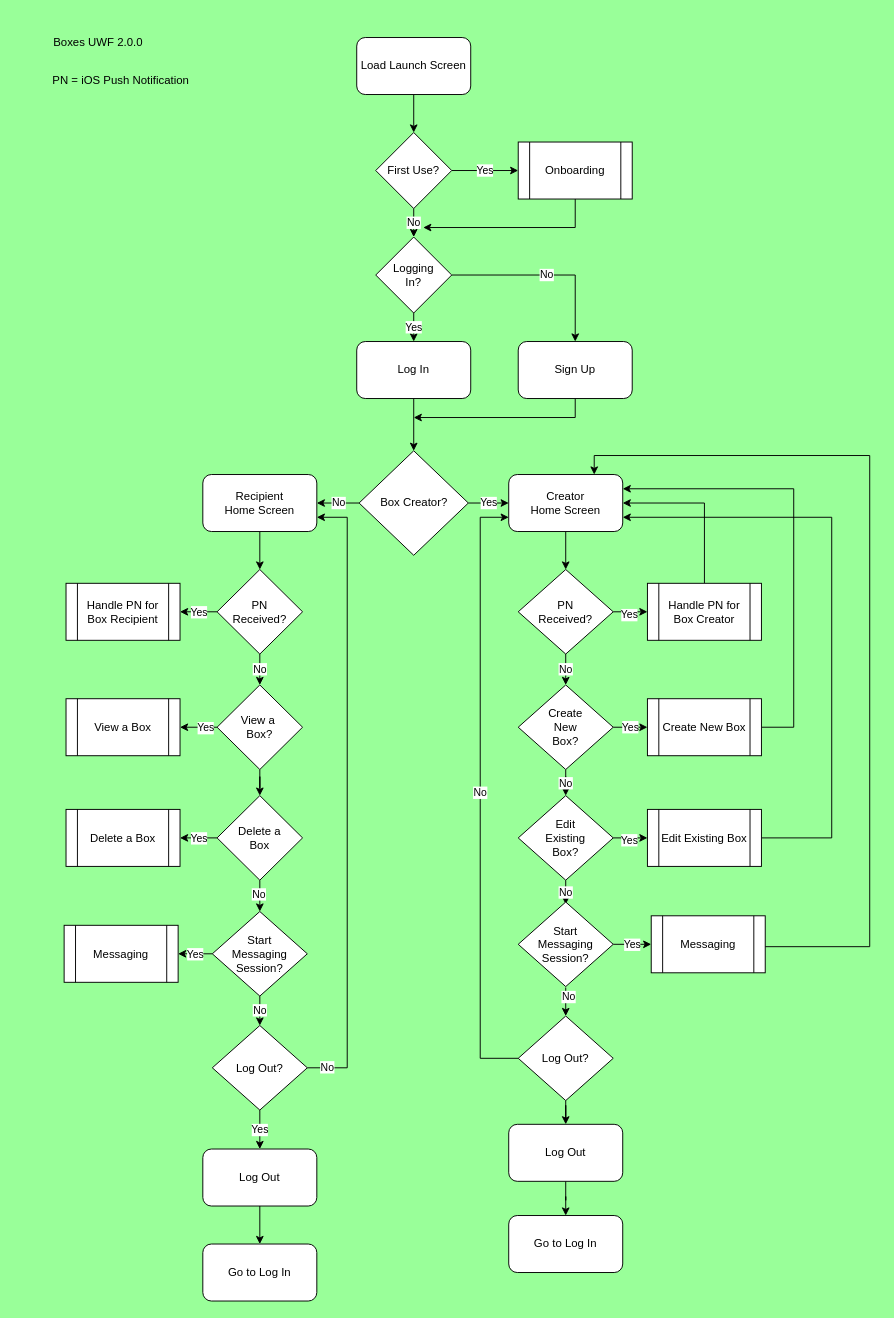
Before: page "Page-1" (1 of 6) of Design/Boxes UWF 2.0.0.drawio in sjlearmonth/boxes, a draw.io diagram. Source tidied: cells renumbered, new cells numbered last; positions are measured from the earlier drawing's top-left corner, leaving out a move shared by most shapes. Both pictures are drawn from the tidied source at 95%, with x=0, y=0 at pixel (16, 28).
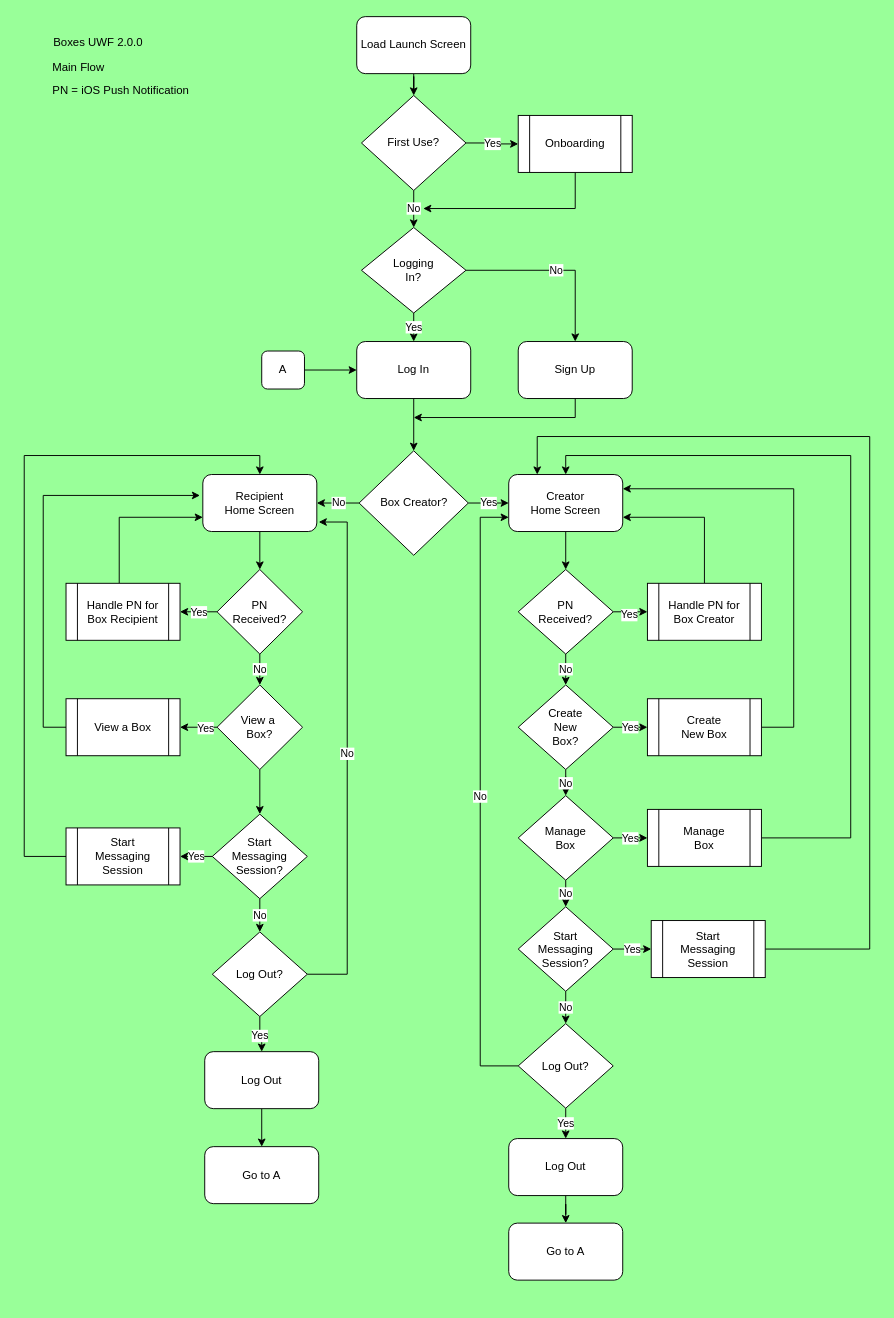
After the change.

Commit message (it also covers changes not shown here):
Add manage boxes and other edits

Unchanged cells that the change refers to:
```xml
<mxCell id="15" value="Log In" style="rounded=1;whiteSpace=wrap;html=1;" parent="1" vertex="1">
  <mxGeometry x="358" y="330" width="120" height="60" as="geometry" />
</mxCell>
<mxCell id="21" value="Handle PN for Box Creator" style="shape=process;whiteSpace=wrap;html=1;backgroundOutline=1;" parent="1" vertex="1">
  <mxGeometry x="664" y="584.5" width="120" height="60" as="geometry" />
</mxCell>
<mxCell id="25" value="Handle PN for Box Recipient" style="shape=process;whiteSpace=wrap;html=1;backgroundOutline=1;" parent="1" vertex="1">
  <mxGeometry x="52" y="584.5" width="120" height="60" as="geometry" />
</mxCell>
<mxCell id="32" value="Creator&lt;br&gt;Home Screen" style="rounded=1;whiteSpace=wrap;html=1;" parent="1" vertex="1">
  <mxGeometry x="518" y="470" width="120" height="60" as="geometry" />
</mxCell>
<mxCell id="34" value="Recipient&lt;br&gt;Home Screen" style="rounded=1;whiteSpace=wrap;html=1;" parent="1" vertex="1">
  <mxGeometry x="196" y="470" width="120" height="60" as="geometry" />
</mxCell>
<mxCell id="37" value="Create&lt;br&gt;New&lt;br&gt;Box?" style="rhombus;whiteSpace=wrap;html=1;" parent="1" vertex="1">
  <mxGeometry x="528" y="691.5" width="100" height="89" as="geometry" />
</mxCell>
<mxCell id="58" value="View a&amp;nbsp;&lt;br&gt;Box?" style="rhombus;whiteSpace=wrap;html=1;" parent="1" vertex="1">
  <mxGeometry x="211" y="691.5" width="90" height="89" as="geometry" />
</mxCell>
<mxCell id="59" value="View a Box" style="shape=process;whiteSpace=wrap;html=1;backgroundOutline=1;" parent="1" vertex="1">
  <mxGeometry x="52" y="706" width="120" height="60" as="geometry" />
</mxCell>
```

What changed in the source:
```diff
@@
-    <mxCell id="2" style="edgeStyle=orthogonalEdgeStyle;rounded=0;jettySize=auto;html=1;exitX=0.5;exitY=1;exitDx=0;exitDy=0;entryX=0.5;entryY=0;entryDx=0;entryDy=0;" parent="1" edge="1" source="3" target="6">
+    <mxCell id="2" style="edgeStyle=orthogonalEdgeStyle;rounded=0;jettySize=auto;html=1;entryX=0.5;entryY=0;entryDx=0;entryDy=0;" parent="1" edge="1" source="3" target="6">
       <mxGeometry relative="1" as="geometry" />
     </mxCell>
     <mxCell id="3" value="Load Launch Screen" style="rounded=1;whiteSpace=wrap;html=1;" parent="1" vertex="1">
-      <mxGeometry x="358" y="10" width="120" height="60" as="geometry" />
+      <mxGeometry x="358" y="-12" width="120" height="60" as="geometry" />
     </mxCell>
@@
-    <mxCell id="5" value="No" style="edgeStyle=orthogonalEdgeStyle;rounded=0;jettySize=auto;html=1;exitX=0.5;exitY=1;exitDx=0;exitDy=0;entryX=0.5;entryY=0;entryDx=0;entryDy=0;" parent="1" edge="1" source="6">
-      <mxGeometry relative="1" as="geometry">
-        <mxPoint x="418" y="220" as="targetPoint" />
-      </mxGeometry>
-    </mxCell>
+    <mxCell id="79" value="No" style="edgeStyle=orthogonalEdgeStyle;rounded=0;jettySize=auto;html=1;entryX=0.5;entryY=0;entryDx=0;entryDy=0;" parent="1" edge="1" source="6" target="11">
+      <mxGeometry relative="1" as="geometry" />
+    </mxCell>
     <mxCell id="6" value="First Use?" style="rhombus;whiteSpace=wrap;html=1;" parent="1" vertex="1">
-      <mxGeometry x="378" y="110" width="80" height="80" as="geometry" />
+      <mxGeometry x="363" y="71" width="110" height="100" as="geometry" />
     </mxCell>
-    <mxCell id="7" style="edgeStyle=orthogonalEdgeStyle;rounded=0;jettySize=auto;html=1;exitX=0.5;exitY=1;exitDx=0;exitDy=0;" parent="1" edge="1" source="8">
-      <mxGeometry relative="1" as="geometry">
-        <mxPoint x="428" y="210" as="targetPoint" />
-        <Array as="points">
-          <mxPoint x="588" y="210" />
-        </Array>
-      </mxGeometry>
-    </mxCell>
+    <mxCell id="80" style="edgeStyle=orthogonalEdgeStyle;rounded=0;jettySize=auto;html=1;" parent="1" edge="1" source="8">
+      <mxGeometry relative="1" as="geometry">
+        <mxPoint x="428" y="190" as="targetPoint" />
+        <Array as="points">
+          <mxPoint x="588" y="190" />
+        </Array>
+      </mxGeometry>
+    </mxCell>
     <mxCell id="8" value="Onboarding" style="shape=process;whiteSpace=wrap;html=1;backgroundOutline=1;" parent="1" vertex="1">
-      <mxGeometry x="528" y="120" width="120" height="60" as="geometry" />
+      <mxGeometry x="528" y="92" width="120" height="60" as="geometry" />
     </mxCell>
@@
     <mxCell id="11" value="Logging&lt;br&gt;In?" style="rhombus;whiteSpace=wrap;html=1;" parent="1" vertex="1">
-      <mxGeometry x="378" y="220" width="80" height="80" as="geometry" />
+      <mxGeometry x="363" y="210" width="110" height="90" as="geometry" />
     </mxCell>
@@
-    <mxCell id="20" style="edgeStyle=orthogonalEdgeStyle;rounded=0;jettySize=auto;html=1;entryX=1;entryY=0.5;entryDx=0;entryDy=0;exitX=0.5;exitY=0;exitDx=0;exitDy=0;" parent="1" edge="1" source="21" target="32">
+    <mxCell id="20" style="edgeStyle=orthogonalEdgeStyle;rounded=0;jettySize=auto;html=1;entryX=1;entryY=0.75;entryDx=0;entryDy=0;" parent="1" edge="1" source="21" target="32">
       <mxGeometry relative="1" as="geometry">
         <Array as="points">
-          <mxPoint x="724" y="500" />
+          <mxPoint x="724" y="515" />
         </Array>
       </mxGeometry>
     </mxCell>
@@
+    <mxCell id="81" style="edgeStyle=orthogonalEdgeStyle;rounded=0;jettySize=auto;html=1;entryX=0;entryY=0.75;entryDx=0;entryDy=0;" parent="1" edge="1" source="25" target="34">
+      <mxGeometry relative="1" as="geometry">
+        <Array as="points">
+          <mxPoint x="108" y="515" />
+        </Array>
+      </mxGeometry>
+    </mxCell>
@@
     <mxCell id="26" value="PN = iOS Push Notification" style="text;html=1;strokeColor=none;fillColor=none;align=center;verticalAlign=middle;whiteSpace=wrap;rounded=0;" parent="1" vertex="1">
-      <mxGeometry y="40" width="220" height="30" as="geometry" />
+      <mxGeometry y="51" width="220" height="30" as="geometry" />
     </mxCell>
@@
-    <mxCell id="36" value="No" style="edgeStyle=orthogonalEdgeStyle;rounded=0;jettySize=auto;html=1;entryX=0.5;entryY=0;entryDx=0;entryDy=0;" parent="1" edge="1" source="37" target="43">
-      <mxGeometry relative="1" as="geometry" />
-    </mxCell>
+    <mxCell id="82" value="No" style="edgeStyle=orthogonalEdgeStyle;rounded=0;jettySize=auto;html=1;entryX=0.5;entryY=0;entryDx=0;entryDy=0;" parent="1" edge="1" source="37" target="90">
+      <mxGeometry relative="1" as="geometry" />
+    </mxCell>
@@
-    <mxCell id="39" value="Create New Box" style="shape=process;whiteSpace=wrap;html=1;backgroundOutline=1;" parent="1" vertex="1">
+    <mxCell id="39" value="Create&lt;br&gt;New Box" style="shape=process;whiteSpace=wrap;html=1;backgroundOutline=1;" parent="1" vertex="1">
       <mxGeometry x="664" y="706" width="120" height="60" as="geometry" />
     </mxCell>
-    <mxCell id="40" style="edgeStyle=orthogonalEdgeStyle;rounded=0;jettySize=auto;html=1;" parent="1" edge="1" source="43" target="45">
-      <mxGeometry relative="1" as="geometry" />
-    </mxCell>
-    <mxCell id="41" value="Yes" style="edgeLabel;html=1;align=center;verticalAlign=middle;" parent="40" vertex="1">
-      <mxGeometry x="0.09" y="-1" relative="1" as="geometry">
-        <mxPoint y="1" as="offset" />
-      </mxGeometry>
-    </mxCell>
-    <mxCell id="42" value="No" style="edgeStyle=orthogonalEdgeStyle;rounded=0;jettySize=auto;html=1;entryX=0.5;entryY=0;entryDx=0;entryDy=0;" parent="1" edge="1" source="43">
-      <mxGeometry relative="1" as="geometry">
-        <mxPoint x="578" y="922.5" as="targetPoint" />
-      </mxGeometry>
-    </mxCell>
-    <mxCell id="43" value="Edit&lt;br&gt;Existing&lt;br&gt;Box?" style="rhombus;whiteSpace=wrap;html=1;" parent="1" vertex="1">
-      <mxGeometry x="528" y="808" width="100" height="89" as="geometry" />
-    </mxCell>
-    <mxCell id="44" style="edgeStyle=orthogonalEdgeStyle;rounded=0;jettySize=auto;html=1;entryX=1;entryY=0.75;entryDx=0;entryDy=0;exitX=1;exitY=0.5;exitDx=0;exitDy=0;" parent="1" edge="1" source="45" target="32">
-      <mxGeometry relative="1" as="geometry">
-        <Array as="points">
-          <mxPoint x="858" y="853" />
-          <mxPoint x="858" y="515" />
-        </Array>
-      </mxGeometry>
-    </mxCell>
-    <mxCell id="45" value="Edit Existing Box" style="shape=process;whiteSpace=wrap;html=1;backgroundOutline=1;" parent="1" vertex="1">
-      <mxGeometry x="664" y="822.5" width="120" height="60" as="geometry" />
-    </mxCell>
-    <mxCell id="46" style="edgeStyle=orthogonalEdgeStyle;rounded=0;jettySize=auto;html=1;entryX=0.5;entryY=0;entryDx=0;entryDy=0;" parent="1" edge="1" target="51">
-      <mxGeometry relative="1" as="geometry">
-        <mxPoint x="578" y="1010" as="sourcePoint" />
-      </mxGeometry>
-    </mxCell>
-    <mxCell id="47" value="No" style="edgeLabel;html=1;align=center;verticalAlign=middle;" parent="46" vertex="1">
-      <mxGeometry x="-0.4" y="2" relative="1" as="geometry" />
-    </mxCell>
-    <mxCell id="48" style="edgeStyle=orthogonalEdgeStyle;rounded=0;jettySize=auto;html=1;entryX=0.75;entryY=0;entryDx=0;entryDy=0;" parent="1" edge="1" target="32">
+    <mxCell id="48" style="edgeStyle=orthogonalEdgeStyle;rounded=0;jettySize=auto;html=1;exitX=1;exitY=0.5;exitDx=0;exitDy=0;" parent="1" edge="1" source="71">
       <mxGeometry relative="1" as="geometry">
-        <mxPoint x="784" y="967" as="sourcePoint" />
+        <mxPoint x="548" y="470" as="targetPoint" />
         <Array as="points">
-          <mxPoint x="898" y="967" />
-          <mxPoint x="898" y="450" />
-          <mxPoint x="608" y="450" />
+          <mxPoint x="898" y="970" />
+          <mxPoint x="898" y="430" />
+          <mxPoint x="548" y="430" />
         </Array>
       </mxGeometry>
     </mxCell>
+    <mxCell id="50" value="Yes" style="edgeStyle=orthogonalEdgeStyle;rounded=0;jettySize=auto;html=1;entryX=0.5;entryY=0;entryDx=0;entryDy=0;" parent="1" edge="1" source="51" target="53">
+      <mxGeometry relative="1" as="geometry" />
+    </mxCell>
     <mxCell id="49" value="No" style="edgeStyle=orthogonalEdgeStyle;rounded=0;jettySize=auto;html=1;entryX=0;entryY=0.75;entryDx=0;entryDy=0;" parent="1" edge="1" source="51" target="32">
       <mxGeometry relative="1" as="geometry">
         <Array as="points">
-          <mxPoint x="488" y="1085" />
+          <mxPoint x="488" y="1093" />
           <mxPoint x="488" y="515" />
         </Array>
       </mxGeometry>
     </mxCell>
-    <mxCell id="50" style="edgeStyle=orthogonalEdgeStyle;rounded=0;jettySize=auto;html=1;entryX=0.5;entryY=0;entryDx=0;entryDy=0;" parent="1" edge="1" source="51" target="53">
-      <mxGeometry relative="1" as="geometry" />
-    </mxCell>
     <mxCell id="51" value="Log Out?" style="rhombus;whiteSpace=wrap;html=1;" parent="1" vertex="1">
-      <mxGeometry x="528" y="1040" width="100" height="89" as="geometry" />
+      <mxGeometry x="528" y="1048" width="100" height="89" as="geometry" />
     </mxCell>
@@
     <mxCell id="53" value="Log Out" style="rounded=1;whiteSpace=wrap;html=1;" parent="1" vertex="1">
-      <mxGeometry x="518" y="1154" width="120" height="60" as="geometry" />
+      <mxGeometry x="518" y="1169" width="120" height="60" as="geometry" />
     </mxCell>
-    <mxCell id="54" value="Go to Log In" style="rounded=1;whiteSpace=wrap;html=1;" parent="1" vertex="1">
-      <mxGeometry x="518" y="1250" width="120" height="60" as="geometry" />
+    <mxCell id="54" value="Go to A" style="rounded=1;whiteSpace=wrap;html=1;" parent="1" vertex="1">
+      <mxGeometry x="518" y="1258" width="120" height="60" as="geometry" />
     </mxCell>
@@
-    <mxCell id="57" style="edgeStyle=orthogonalEdgeStyle;rounded=0;jettySize=auto;html=1;" parent="1" edge="1" source="58" target="63">
-      <mxGeometry relative="1" as="geometry" />
-    </mxCell>
+    <mxCell id="83" style="edgeStyle=orthogonalEdgeStyle;rounded=0;jettySize=auto;html=1;entryX=0.5;entryY=0;entryDx=0;entryDy=0;" parent="1" edge="1" source="58" target="67">
+      <mxGeometry relative="1" as="geometry" />
+    </mxCell>
@@
+    <mxCell id="84" style="edgeStyle=orthogonalEdgeStyle;rounded=0;jettySize=auto;html=1;entryX=-0.025;entryY=0.367;entryDx=0;entryDy=0;entryPerimeter=0;" parent="1" edge="1" source="59" target="34">
+      <mxGeometry relative="1" as="geometry">
+        <Array as="points">
+          <mxPoint x="28" y="736" />
+          <mxPoint x="28" y="492" />
+        </Array>
+      </mxGeometry>
+    </mxCell>
@@
-    <mxCell id="60" value="Yes" style="edgeStyle=orthogonalEdgeStyle;rounded=0;jettySize=auto;html=1;entryX=1;entryY=0.5;entryDx=0;entryDy=0;" parent="1" edge="1" source="63" target="64">
-      <mxGeometry relative="1" as="geometry" />
-    </mxCell>
-    <mxCell id="61" style="edgeStyle=orthogonalEdgeStyle;rounded=0;jettySize=auto;html=1;entryX=0.5;entryY=0;entryDx=0;entryDy=0;" parent="1" edge="1" source="63" target="67">
-      <mxGeometry relative="1" as="geometry" />
-    </mxCell>
-    <mxCell id="62" value="No" style="edgeLabel;html=1;align=center;verticalAlign=middle;" parent="61" vertex="1">
-      <mxGeometry x="0.19" y="-2" relative="1" as="geometry" />
-    </mxCell>
-    <mxCell id="63" value="Delete a&lt;br&gt;Box" style="rhombus;whiteSpace=wrap;html=1;" parent="1" vertex="1">
-      <mxGeometry x="211" y="808" width="90" height="89" as="geometry" />
-    </mxCell>
-    <mxCell id="64" value="Delete a Box" style="shape=process;whiteSpace=wrap;html=1;backgroundOutline=1;" parent="1" vertex="1">
-      <mxGeometry x="52" y="822.5" width="120" height="60" as="geometry" />
-    </mxCell>
@@
     <mxCell id="67" value="Start&lt;br&gt;Messaging&lt;br&gt;Session?" style="rhombus;whiteSpace=wrap;html=1;" parent="1" vertex="1">
-      <mxGeometry x="206" y="930" width="100" height="89" as="geometry" />
+      <mxGeometry x="206" y="827.5" width="100" height="89" as="geometry" />
     </mxCell>
+    <mxCell id="85" style="edgeStyle=orthogonalEdgeStyle;rounded=0;jettySize=auto;html=1;entryX=0.5;entryY=0;entryDx=0;entryDy=0;" parent="1" edge="1" source="68" target="34">
+      <mxGeometry relative="1" as="geometry">
+        <Array as="points">
+          <mxPoint x="8" y="872" />
+          <mxPoint x="8" y="450" />
+          <mxPoint x="256" y="450" />
+        </Array>
+      </mxGeometry>
+    </mxCell>
-    <mxCell id="68" value="Messaging" style="shape=process;whiteSpace=wrap;html=1;backgroundOutline=1;" parent="1" vertex="1">
-      <mxGeometry x="50" y="944.5" width="120" height="60" as="geometry" />
+    <mxCell id="68" value="Start&lt;br&gt;Messaging&lt;br&gt;Session" style="shape=process;whiteSpace=wrap;html=1;backgroundOutline=1;" parent="1" vertex="1">
+      <mxGeometry x="52" y="842" width="120" height="60" as="geometry" />
     </mxCell>
@@
+    <mxCell id="86" value="No" style="edgeStyle=orthogonalEdgeStyle;rounded=0;jettySize=auto;html=1;entryX=0.5;entryY=0;entryDx=0;entryDy=0;" parent="1" edge="1" source="70" target="51">
+      <mxGeometry relative="1" as="geometry" />
+    </mxCell>
     <mxCell id="70" value="Start&lt;br&gt;Messaging&lt;br&gt;Session?" style="rhombus;whiteSpace=wrap;html=1;" parent="1" vertex="1">
-      <mxGeometry x="528" y="920" width="100" height="89" as="geometry" />
+      <mxGeometry x="528" y="925" width="100" height="89" as="geometry" />
     </mxCell>
-    <mxCell id="71" value="Messaging" style="shape=process;whiteSpace=wrap;html=1;backgroundOutline=1;" parent="1" vertex="1">
-      <mxGeometry x="668" y="934.5" width="120" height="60" as="geometry" />
+    <mxCell id="71" value="Start&lt;br&gt;Messaging&lt;br&gt;Session" style="shape=process;whiteSpace=wrap;html=1;backgroundOutline=1;" parent="1" vertex="1">
+      <mxGeometry x="668" y="939.5" width="120" height="60" as="geometry" />
     </mxCell>
-    <mxCell id="72" style="edgeStyle=orthogonalEdgeStyle;rounded=0;jettySize=auto;html=1;entryX=1;entryY=0.75;entryDx=0;entryDy=0;" parent="1" edge="1" source="75" target="34">
-      <mxGeometry relative="1" as="geometry">
-        <Array as="points">
-          <mxPoint x="348" y="1095" />
-          <mxPoint x="348" y="515" />
-        </Array>
-      </mxGeometry>
-    </mxCell>
-    <mxCell id="73" value="No" style="edgeLabel;html=1;align=center;verticalAlign=middle;" parent="72" vertex="1">
-      <mxGeometry x="-0.94" y="2" relative="1" as="geometry">
-        <mxPoint y="1" as="offset" />
-      </mxGeometry>
-    </mxCell>
@@
+    <mxCell id="87" value="No" style="edgeStyle=orthogonalEdgeStyle;rounded=0;jettySize=auto;html=1;" parent="1" edge="1" source="75">
+      <mxGeometry relative="1" as="geometry">
+        <mxPoint x="318" y="520" as="targetPoint" />
+        <Array as="points">
+          <mxPoint x="348" y="996" />
+          <mxPoint x="348" y="520" />
+        </Array>
+      </mxGeometry>
+    </mxCell>
     <mxCell id="75" value="Log Out?" style="rhombus;whiteSpace=wrap;html=1;" parent="1" vertex="1">
-      <mxGeometry x="206" y="1050" width="100" height="89" as="geometry" />
+      <mxGeometry x="206" y="951.5" width="100" height="89" as="geometry" />
     </mxCell>
@@
     <mxCell id="77" value="Log Out" style="rounded=1;whiteSpace=wrap;html=1;" parent="1" vertex="1">
-      <mxGeometry x="196" y="1180" width="120" height="60" as="geometry" />
+      <mxGeometry x="198" y="1077.5" width="120" height="60" as="geometry" />
     </mxCell>
-    <mxCell id="78" value="Go to Log In" style="rounded=1;whiteSpace=wrap;html=1;" parent="1" vertex="1">
-      <mxGeometry x="196" y="1280" width="120" height="60" as="geometry" />
+    <mxCell id="78" value="Go to A" style="rounded=1;whiteSpace=wrap;html=1;" parent="1" vertex="1">
+      <mxGeometry x="198" y="1177.5" width="120" height="60" as="geometry" />
     </mxCell>
+    <mxCell id="88" value="Yes" style="edgeStyle=orthogonalEdgeStyle;rounded=0;jettySize=auto;html=1;entryX=0;entryY=0.5;entryDx=0;entryDy=0;" parent="1" edge="1" source="90" target="92">
+      <mxGeometry relative="1" as="geometry" />
+    </mxCell>
+    <mxCell id="89" value="No" style="edgeStyle=orthogonalEdgeStyle;rounded=0;jettySize=auto;html=1;entryX=0.5;entryY=0;entryDx=0;entryDy=0;" parent="1" edge="1" source="90" target="70">
+      <mxGeometry relative="1" as="geometry" />
+    </mxCell>
+    <mxCell id="90" value="Manage&lt;br&gt;Box" style="rhombus;whiteSpace=wrap;html=1;" parent="1" vertex="1">
+      <mxGeometry x="528" y="808" width="100" height="89" as="geometry" />
+    </mxCell>
+    <mxCell id="91" style="edgeStyle=orthogonalEdgeStyle;rounded=0;jettySize=auto;html=1;entryX=0.5;entryY=0;entryDx=0;entryDy=0;" parent="1" edge="1" source="92" target="32">
+      <mxGeometry relative="1" as="geometry">
+        <Array as="points">
+          <mxPoint x="878" y="853" />
+          <mxPoint x="878" y="450" />
+          <mxPoint x="578" y="450" />
+        </Array>
+      </mxGeometry>
+    </mxCell>
+    <mxCell id="92" value="Manage&lt;br&gt;Box" style="shape=process;whiteSpace=wrap;html=1;backgroundOutline=1;" parent="1" vertex="1">
+      <mxGeometry x="664" y="822.5" width="120" height="60" as="geometry" />
+    </mxCell>
+    <mxCell id="93" style="edgeStyle=orthogonalEdgeStyle;rounded=0;jettySize=auto;html=1;entryX=0;entryY=0.5;entryDx=0;entryDy=0;" parent="1" edge="1" source="94" target="15">
+      <mxGeometry relative="1" as="geometry" />
+    </mxCell>
+    <mxCell id="94" value="A" style="rounded=1;whiteSpace=wrap;html=1;" parent="1" vertex="1">
+      <mxGeometry x="258" y="340" width="45" height="40" as="geometry" />
+    </mxCell>
+    <mxCell id="95" value="Main Flow" style="text;html=1;strokeColor=none;fillColor=none;align=left;verticalAlign=middle;whiteSpace=wrap;rounded=0;" parent="1" vertex="1">
+      <mxGeometry x="36" y="27" width="100" height="30" as="geometry" />
+    </mxCell>
```
